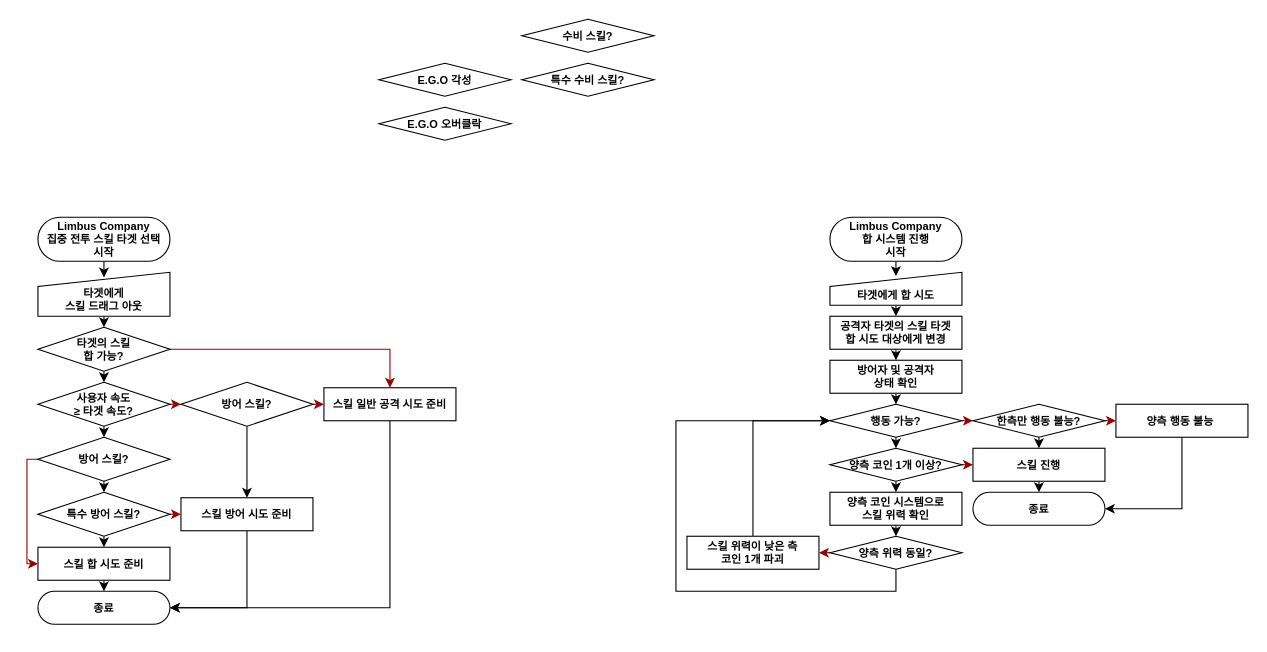
yjk0401/unityenginebasic_9th keeps this draw.io diagram as 기획/림버스 컴퍼니/합 시스템.drawio. Above is the earlier version. Source tidied: cells renumbered, new cells numbered last; positions are measured from the earlier drawing's top-left corner, leaving out a move shared by most shapes. Both pictures are drawn from the tidied source at 110%, with x=0, y=0 at pixel (26, 19).
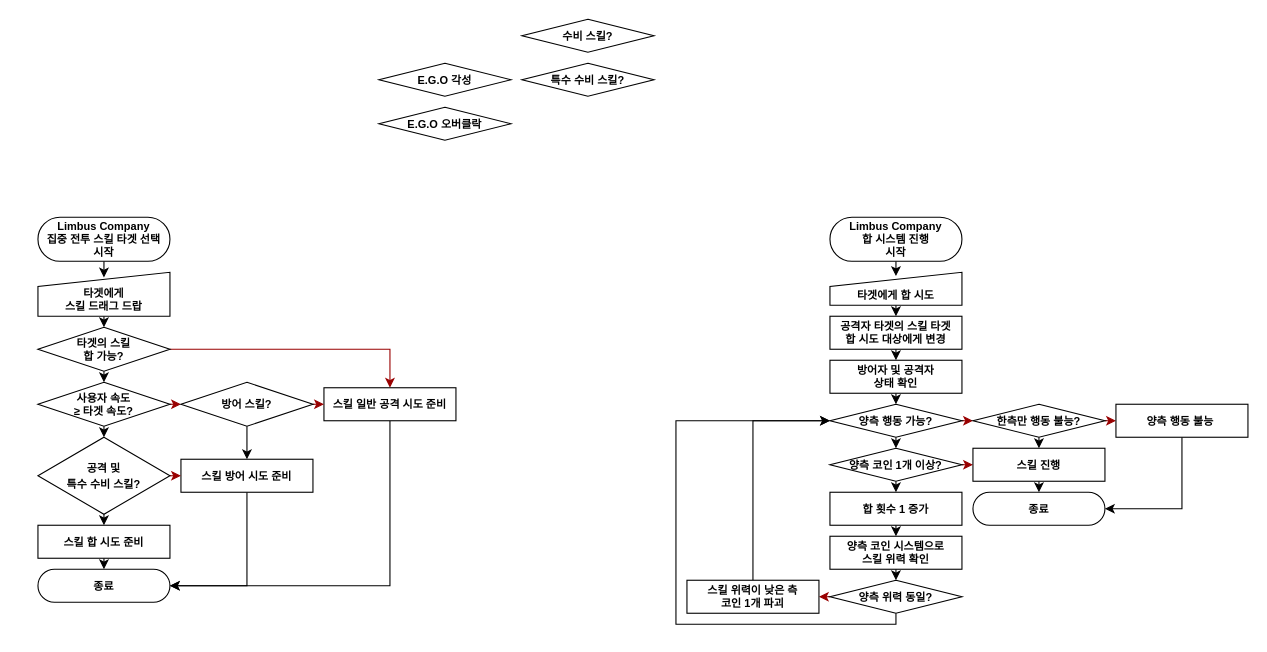
After the change.

Unchanged cells that the change refers to:
```xml
<mxCell id="12" value="&lt;span&gt;&lt;b&gt;사용자 속도&lt;/b&gt;&lt;/span&gt;&lt;div&gt;&lt;span&gt;&lt;b&gt;≥ 타겟 속도?&lt;/b&gt;&lt;/span&gt;&lt;/div&gt;" style="rhombus;whiteSpace=wrap;html=1;fontSize=10;strokeWidth=1;" parent="1" vertex="1">
  <mxGeometry x="10" y="330" width="120" height="40" as="geometry" />
</mxCell>
<mxCell id="50" value="&lt;span style=&quot;font-size: 10px;&quot;&gt;&lt;b&gt;양측 코인&amp;nbsp;&lt;/b&gt;&lt;/span&gt;&lt;b style=&quot;background-color: transparent; color: light-dark(rgb(0, 0, 0), rgb(255, 255, 255)); font-size: 10px;&quot;&gt;1개 이상?&lt;/b&gt;" style="rhombus;whiteSpace=wrap;html=1;strokeWidth=1;" parent="1" vertex="1">
  <mxGeometry x="730" y="390" width="120" height="30" as="geometry" />
</mxCell>
```

Change to the diagram source:
```diff
@@
-    <mxCell id="9" value="&lt;span&gt;&lt;b&gt;타겟에게&lt;/b&gt;&lt;/span&gt;&lt;div&gt;&lt;span&gt;&lt;b&gt;스킬 드래그 아웃&lt;/b&gt;&lt;/span&gt;&lt;/div&gt;" style="shape=manualInput;whiteSpace=wrap;html=1;size=13;fontSize=10;verticalAlign=bottom;strokeWidth=1;" parent="1" vertex="1">
+    <mxCell id="9" value="&lt;span&gt;&lt;b&gt;타겟에게&lt;/b&gt;&lt;/span&gt;&lt;div&gt;&lt;span&gt;&lt;b&gt;스킬 드래그 드랍&lt;/b&gt;&lt;/span&gt;&lt;/div&gt;" style="shape=manualInput;whiteSpace=wrap;html=1;size=13;fontSize=10;verticalAlign=bottom;strokeWidth=1;" parent="1" vertex="1">
       <mxGeometry x="10" y="230" width="120" height="40" as="geometry" />
     </mxCell>
-    <mxCell id="10" style="edgeStyle=orthogonalEdgeStyle;rounded=0;jettySize=auto;html=1;exitX=0.5;exitY=1;exitDx=0;exitDy=0;entryX=0.5;entryY=0;entryDx=0;entryDy=0;strokeWidth=1;" parent="1" edge="1" source="12" target="24">
+    <mxCell id="10" style="edgeStyle=orthogonalEdgeStyle;rounded=0;jettySize=auto;html=1;exitX=0.5;exitY=1;exitDx=0;exitDy=0;entryX=0.5;entryY=0;entryDx=0;entryDy=0;strokeWidth=1;" parent="1" edge="1" source="12" target="27">
       <mxGeometry relative="1" as="geometry" />
     </mxCell>
@@
     <mxCell id="19" value="스킬 합 시도 준비" style="rounded=1;whiteSpace=wrap;html=1;arcSize=0;fontSize=10;fontStyle=1;strokeWidth=1;" parent="1" vertex="1">
-      <mxGeometry x="10" y="480" width="120" height="30" as="geometry" />
+      <mxGeometry x="10" y="460" width="120" height="30" as="geometry" />
     </mxCell>
@@
     <mxCell id="21" value="스킬 방어 시도 준비" style="rounded=1;whiteSpace=wrap;html=1;arcSize=0;fontSize=10;fontStyle=1;strokeWidth=1;" parent="1" vertex="1">
-      <mxGeometry x="140" y="435" width="120" height="30" as="geometry" />
+      <mxGeometry x="140" y="400" width="120" height="30" as="geometry" />
     </mxCell>
-    <mxCell id="22" style="edgeStyle=orthogonalEdgeStyle;rounded=0;jettySize=auto;html=1;exitX=0.5;exitY=1;exitDx=0;exitDy=0;entryX=0.5;entryY=0;entryDx=0;entryDy=0;strokeWidth=1;" parent="1" edge="1" source="24" target="27">
-      <mxGeometry relative="1" as="geometry" />
-    </mxCell>
-    <mxCell id="23" style="edgeStyle=orthogonalEdgeStyle;rounded=0;jettySize=auto;html=1;exitX=0;exitY=0.5;exitDx=0;exitDy=0;entryX=0;entryY=0.5;entryDx=0;entryDy=0;strokeColor=#990000;strokeWidth=1;" parent="1" edge="1" source="24" target="19">
-      <mxGeometry relative="1" as="geometry">
-        <Array as="points">
-          <mxPoint y="400" />
-          <mxPoint y="495" />
-        </Array>
-      </mxGeometry>
-    </mxCell>
-    <mxCell id="24" value="&lt;span style=&quot;font-size: 10px;&quot;&gt;&lt;b&gt;방어 스킬?&lt;/b&gt;&lt;/span&gt;" style="rhombus;whiteSpace=wrap;html=1;strokeWidth=1;" parent="1" vertex="1">
-      <mxGeometry x="10" y="380" width="120" height="40" as="geometry" />
-    </mxCell>
@@
-    <mxCell id="27" value="&lt;span style=&quot;font-size: 10px;&quot;&gt;&lt;b&gt;특수 방어 스킬?&lt;/b&gt;&lt;/span&gt;" style="rhombus;whiteSpace=wrap;html=1;strokeWidth=1;" parent="1" vertex="1">
-      <mxGeometry x="10" y="430" width="120" height="40" as="geometry" />
+    <mxCell id="27" value="&lt;span style=&quot;font-size: 10px;&quot;&gt;&lt;b&gt;공격 및&lt;/b&gt;&lt;/span&gt;&lt;div&gt;&lt;b style=&quot;font-size: 10px; background-color: transparent; color: light-dark(rgb(0, 0, 0), rgb(255, 255, 255));&quot;&gt;특수 수비 스킬?&lt;/b&gt;&lt;/div&gt;" style="rhombus;whiteSpace=wrap;html=1;strokeWidth=1;" parent="1" vertex="1">
+      <mxGeometry x="10" y="380" width="120" height="70" as="geometry" />
     </mxCell>
@@
     <mxCell id="31" value="종료" style="rounded=1;whiteSpace=wrap;html=1;arcSize=50;fontSize=10;fontStyle=1;strokeWidth=1;" parent="1" vertex="1">
-      <mxGeometry x="10" y="520" width="120" height="30" as="geometry" />
+      <mxGeometry x="10" y="500" width="120" height="30" as="geometry" />
     </mxCell>
@@
-    <mxCell id="40" value="&lt;span style=&quot;font-size: 10px;&quot;&gt;&lt;b&gt;행동 가능?&lt;/b&gt;&lt;/span&gt;" style="rhombus;whiteSpace=wrap;html=1;strokeWidth=1;" parent="1" vertex="1">
+    <mxCell id="40" value="&lt;span style=&quot;font-size: 10px;&quot;&gt;&lt;b&gt;양측 행동 가능?&lt;/b&gt;&lt;/span&gt;" style="rhombus;whiteSpace=wrap;html=1;strokeWidth=1;" parent="1" vertex="1">
       <mxGeometry x="730" y="350" width="120" height="30" as="geometry" />
     </mxCell>
@@
     <mxCell id="42" value="양측 코인 시스템으로&lt;div&gt;스킬 위력 확인&lt;/div&gt;" style="rounded=1;whiteSpace=wrap;html=1;arcSize=0;fontSize=10;fontStyle=1;strokeWidth=1;" parent="1" vertex="1">
-      <mxGeometry x="730" y="430" width="120" height="30" as="geometry" />
+      <mxGeometry x="730" y="470" width="120" height="30" as="geometry" />
     </mxCell>
@@
     <mxCell id="44" style="edgeStyle=orthogonalEdgeStyle;rounded=0;jettySize=auto;html=1;exitX=0.5;exitY=1;exitDx=0;exitDy=0;entryX=0;entryY=0.5;entryDx=0;entryDy=0;" parent="1" edge="1" source="45" target="40">
       <mxGeometry relative="1" as="geometry">
         <Array as="points">
-          <mxPoint x="790" y="520" />
-          <mxPoint x="590" y="520" />
+          <mxPoint x="790" y="550" />
+          <mxPoint x="590" y="550" />
           <mxPoint x="590" y="365" />
         </Array>
       </mxGeometry>
     </mxCell>
     <mxCell id="45" value="&lt;span&gt;&lt;b&gt;양측&amp;nbsp;&lt;/b&gt;&lt;/span&gt;&lt;b style=&quot;background-color: transparent; color: light-dark(rgb(0, 0, 0), rgb(255, 255, 255));&quot;&gt;위력 동일?&lt;/b&gt;" style="rhombus;whiteSpace=wrap;html=1;strokeWidth=1;fontSize=10;" parent="1" vertex="1">
-      <mxGeometry x="730" y="470" width="120" height="30" as="geometry" />
+      <mxGeometry x="730" y="510" width="120" height="30" as="geometry" />
     </mxCell>
@@
     <mxCell id="47" value="스킬 위력이 낮은 측&lt;div&gt;코인 1개 파괴&lt;/div&gt;" style="rounded=1;whiteSpace=wrap;html=1;arcSize=0;fontSize=10;fontStyle=1;strokeWidth=1;" parent="1" vertex="1">
-      <mxGeometry x="600" y="470" width="120" height="30" as="geometry" />
+      <mxGeometry x="600" y="510" width="120" height="30" as="geometry" />
     </mxCell>
-    <mxCell id="48" style="edgeStyle=orthogonalEdgeStyle;rounded=0;jettySize=auto;html=1;exitX=0.5;exitY=1;exitDx=0;exitDy=0;entryX=0.5;entryY=0;entryDx=0;entryDy=0;" parent="1" edge="1" source="50" target="42">
+    <mxCell id="48" style="edgeStyle=orthogonalEdgeStyle;rounded=0;jettySize=auto;html=1;exitX=0.5;exitY=1;exitDx=0;exitDy=0;entryX=0.5;entryY=0;entryDx=0;entryDy=0;" parent="1" edge="1" source="50" target="62">
       <mxGeometry relative="1" as="geometry" />
     </mxCell>
@@
+    <mxCell id="61" style="edgeStyle=orthogonalEdgeStyle;rounded=0;jettySize=auto;html=1;exitX=0.5;exitY=1;exitDx=0;exitDy=0;entryX=0.5;entryY=0;entryDx=0;entryDy=0;" parent="1" edge="1" source="62" target="42">
+      <mxGeometry relative="1" as="geometry" />
+    </mxCell>
+    <mxCell id="62" value="합 횟수 1 증가" style="rounded=1;whiteSpace=wrap;html=1;arcSize=0;fontSize=10;fontStyle=1;strokeWidth=1;" parent="1" vertex="1">
+      <mxGeometry x="730" y="430" width="120" height="30" as="geometry" />
+    </mxCell>
```
